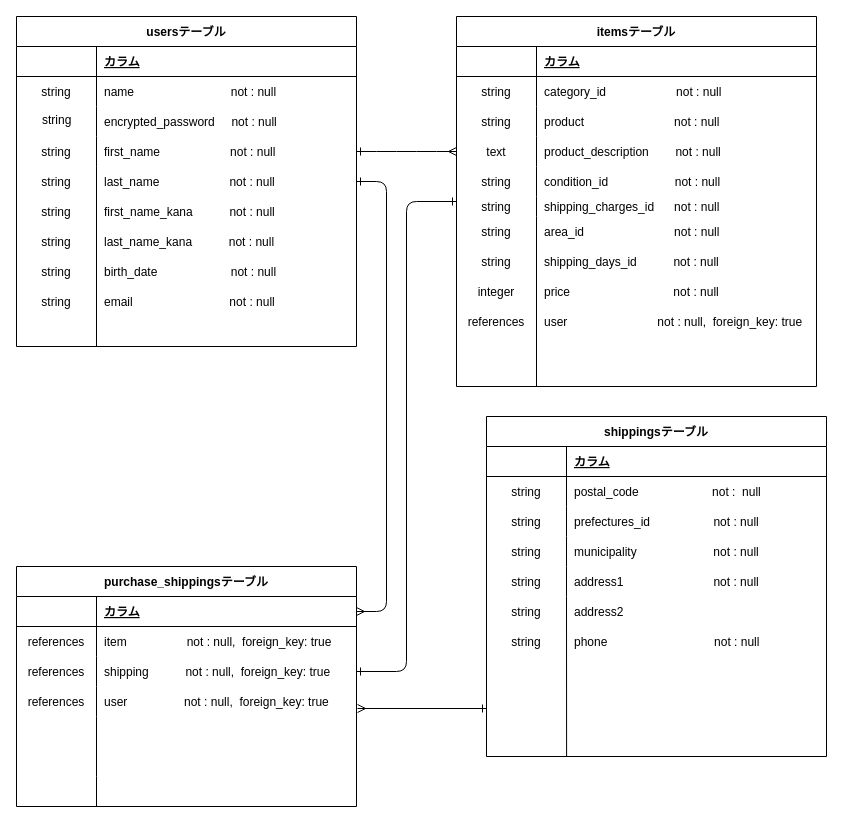
shigeruhanafusa/furima-38077 keeps this draw.io diagram as furima.dio. Above is the earlier version. Source tidied: cells renumbered, new cells numbered last; positions are measured from the earlier drawing's top-left corner, leaving out a move shared by most shapes. Both pictures are drawn from the tidied source at 100%, with x=0, y=0 at pixel (16, 16).
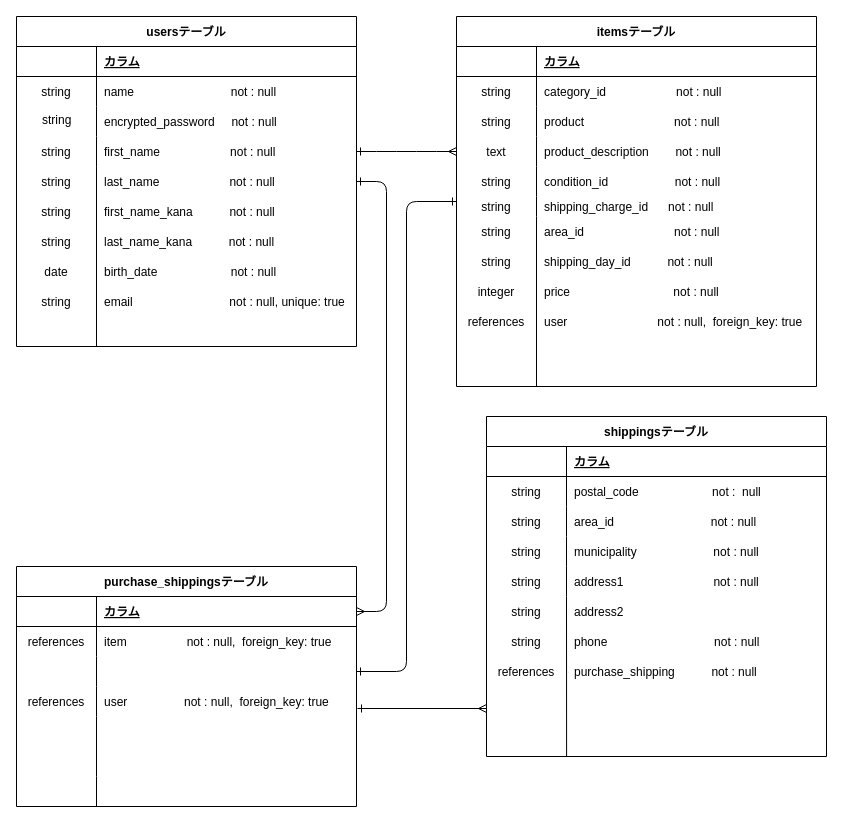
The same diagram, later.

Unchanged cells that the change refers to:
```xml
<mxCell id="37" style="shape=partialRectangle;fillColor=none;top=0;left=0;bottom=0;right=0;" parent="21" vertex="1">
  <mxGeometry y="180" width="360" height="20" as="geometry" />
</mxCell>
<mxCell id="50" style="shape=partialRectangle;fillColor=none;top=0;left=0;bottom=0;right=0;" parent="43" vertex="1">
  <mxGeometry y="90" width="340" height="30" as="geometry" />
</mxCell>
<mxCell id="92" style="shape=partialRectangle;fillColor=none;top=0;left=0;bottom=0;right=0;points=[[0,0.5],[1,0.5]];portConstraint=eastwest;" parent="85" vertex="1">
  <mxGeometry y="90" width="340" height="30" as="geometry" />
</mxCell>
<mxCell id="95" style="shape=partialRectangle;fillColor=none;top=0;left=0;bottom=0;right=0;points=[[0,0.5],[1,0.5]];portConstraint=eastwest;" parent="85" vertex="1">
  <mxGeometry y="120" width="340" height="30" as="geometry" />
</mxCell>
```

The edit, as a diff of the source:
```diff
@@
-    <mxCell id="39" value="shipping_charges_id      not : null" style="shape=partialRectangle;fillColor=none;top=0;left=0;bottom=0;right=0;align=left;spacingLeft=6;overflow=hidden;" parent="37" vertex="1">
+    <mxCell id="39" value="shipping_charge_id      not : null" style="shape=partialRectangle;fillColor=none;top=0;left=0;bottom=0;right=0;align=left;spacingLeft=6;overflow=hidden;" parent="37" vertex="1">
       <mxGeometry x="80" width="280" height="20" as="geometry" />
     </mxCell>
@@
-    <mxCell id="52" value="prefectures_id                   not : null" style="shape=partialRectangle;fillColor=none;top=0;left=0;bottom=0;right=0;align=left;spacingLeft=6;overflow=hidden;" parent="50" vertex="1">
+    <mxCell id="52" value="area_id                             not : null" style="shape=partialRectangle;fillColor=none;top=0;left=0;bottom=0;right=0;align=left;spacingLeft=6;overflow=hidden;" parent="50" vertex="1">
       <mxGeometry x="80" width="260" height="30" as="geometry" />
     </mxCell>
@@
-    <mxCell id="65" value="shipping_days_id           not : null" style="shape=partialRectangle;fillColor=none;top=0;left=0;bottom=0;right=0;align=left;spacingLeft=6;overflow=hidden;" parent="1" vertex="1">
+    <mxCell id="65" value="shipping_day_id           not : null" style="shape=partialRectangle;fillColor=none;top=0;left=0;bottom=0;right=0;align=left;spacingLeft=6;overflow=hidden;" parent="1" vertex="1">
       <mxGeometry x="520" y="230" width="200" height="30" as="geometry" />
     </mxCell>
@@
-    <mxCell id="74" value="string" style="shape=partialRectangle;fillColor=none;top=0;left=0;bottom=0;right=0;overflow=hidden;" parent="1" vertex="1">
+    <mxCell id="74" value="date" style="shape=partialRectangle;fillColor=none;top=0;left=0;bottom=0;right=0;overflow=hidden;" parent="1" vertex="1">
       <mxGeometry y="240" width="80" height="30" as="geometry" />
     </mxCell>
@@
-    <mxCell id="78" style="shape=partialRectangle;fillColor=none;top=0;left=0;bottom=0;right=0;align=left;spacingLeft=6;overflow=hidden;" parent="1" vertex="1">
+    <mxCell id="78" value="purchase_shipping           not : null" style="shape=partialRectangle;fillColor=none;top=0;left=0;bottom=0;right=0;align=left;spacingLeft=6;overflow=hidden;" parent="1" vertex="1">
       <mxGeometry x="550" y="640" width="260" height="30" as="geometry" />
     </mxCell>
-    <mxCell id="79" style="shape=partialRectangle;fillColor=none;top=0;left=0;bottom=0;right=0;overflow=hidden;" parent="1" vertex="1">
+    <mxCell id="79" value="references" style="shape=partialRectangle;fillColor=none;top=0;left=0;bottom=0;right=0;overflow=hidden;" parent="1" vertex="1">
       <mxGeometry x="470" y="640" width="80" height="30" as="geometry" />
     </mxCell>
@@
-    <mxCell id="84" style="html=1;startArrow=ERmany;startFill=0;endArrow=ERone;endFill=0;exitX=1.003;exitY=0.733;exitDx=0;exitDy=0;exitPerimeter=0;elbow=vertical;" parent="1" edge="1" source="95">
+    <mxCell id="84" style="html=1;startArrow=ERone;startFill=0;endArrow=ERmany;endFill=0;exitX=1.003;exitY=0.733;exitDx=0;exitDy=0;exitPerimeter=0;elbow=vertical;" parent="1" edge="1" source="95">
       <mxGeometry relative="1" as="geometry">
         <mxPoint x="470" y="692" as="targetPoint" />
       </mxGeometry>
     </mxCell>
@@
-    <mxCell id="93" value="references" style="shape=partialRectangle;fillColor=none;top=0;left=0;bottom=0;right=0;overflow=hidden;" parent="92" vertex="1">
+    <mxCell id="93" style="shape=partialRectangle;fillColor=none;top=0;left=0;bottom=0;right=0;overflow=hidden;" parent="92" vertex="1">
       <mxGeometry width="80" height="30" as="geometry" />
     </mxCell>
-    <mxCell id="94" value="shipping           not : null,  foreign_key: true" style="shape=partialRectangle;fillColor=none;top=0;left=0;bottom=0;right=0;align=left;spacingLeft=6;overflow=hidden;" parent="92" vertex="1">
+    <mxCell id="94" style="shape=partialRectangle;fillColor=none;top=0;left=0;bottom=0;right=0;align=left;spacingLeft=6;overflow=hidden;" parent="92" vertex="1">
       <mxGeometry x="80" width="260" height="30" as="geometry" />
     </mxCell>
@@
-    <mxCell id="105" value="email                             not : null" style="shape=partialRectangle;fillColor=none;top=0;left=0;bottom=0;right=0;align=left;spacingLeft=6;overflow=hidden;" parent="1" vertex="1">
-      <mxGeometry x="80" y="270" width="190" height="30" as="geometry" />
+    <mxCell id="105" value="email                             not : null, unique: true" style="shape=partialRectangle;fillColor=none;top=0;left=0;bottom=0;right=0;align=left;spacingLeft=6;overflow=hidden;" parent="1" vertex="1">
+      <mxGeometry x="80" y="270" width="260" height="30" as="geometry" />
     </mxCell>
```
